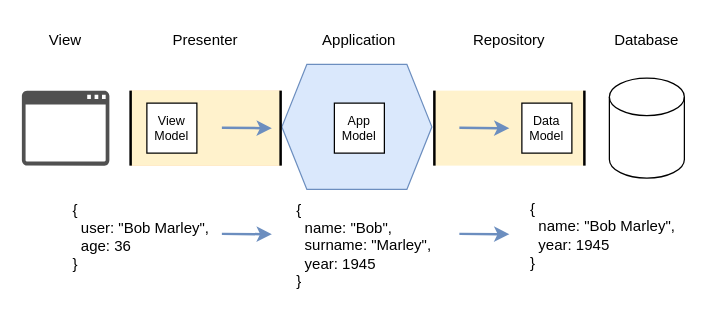
Before: page "Transformer" (13 of 13) of diagrams/1.drawio in alicemunsal/dohex, a draw.io diagram. Source tidied: cells renumbered, new cells numbered last; positions are measured from the earlier drawing's top-left corner, leaving out a move shared by most shapes. Both pictures are drawn from the tidied source at 125%, with x=0, y=0 at pixel (21, 21).
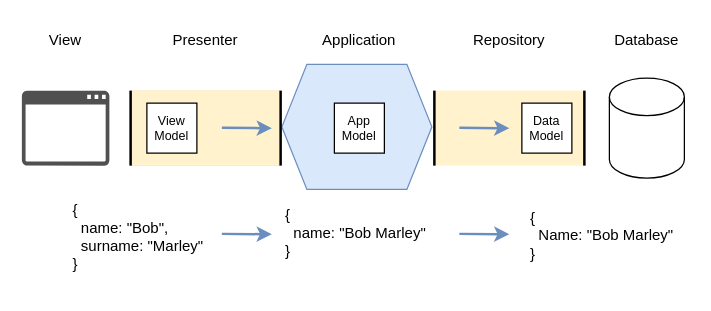
Above is the later version.

Diff of the diagram source:
```diff
@@
-    <mxCell id="18" value="{&lt;br&gt;&amp;nbsp; user: &quot;Bob Marley&quot;,&lt;br&gt;&amp;nbsp; age: 36&lt;br&gt;}" style="text;html=1;strokeColor=none;fillColor=none;align=left;verticalAlign=middle;whiteSpace=wrap;rounded=0;labelBorderColor=none;fontSize=12;fontColor=default;" parent="1" vertex="1">
+    <mxCell id="18" value="{&lt;br&gt;&amp;nbsp; name: &quot;Bob&quot;,&lt;br&gt;&amp;nbsp; surname: &quot;Marley&quot;&lt;br&gt;}" style="text;html=1;strokeColor=none;fillColor=none;align=left;verticalAlign=middle;whiteSpace=wrap;rounded=0;labelBorderColor=none;fontSize=12;fontColor=default;" parent="1" vertex="1">
       <mxGeometry x="39" y="137" width="114" height="70" as="geometry" />
     </mxCell>
-    <mxCell id="19" value="{&lt;br&gt;&amp;nbsp; name: &quot;Bob&quot;,&lt;br&gt;&amp;nbsp; surname: &quot;Marley&quot;,&lt;br&gt;&amp;nbsp; year: 1945&lt;br&gt;}" style="text;html=1;strokeColor=none;fillColor=none;align=left;verticalAlign=middle;whiteSpace=wrap;rounded=0;labelBorderColor=none;fontSize=12;fontColor=default;" parent="1" vertex="1">
-      <mxGeometry x="218" y="144" width="110" height="70" as="geometry" />
+    <mxCell id="19" value="{&lt;br&gt;&amp;nbsp; name: &quot;Bob Marley&quot;&lt;br&gt;}" style="text;html=1;strokeColor=none;fillColor=none;align=left;verticalAlign=middle;whiteSpace=wrap;rounded=0;labelBorderColor=none;fontSize=12;fontColor=default;" parent="1" vertex="1">
+      <mxGeometry x="209" y="134" width="122" height="70" as="geometry" />
     </mxCell>
@@
-    <mxCell id="22" value="{&lt;br&gt;&amp;nbsp; name: &quot;Bob Marley&quot;,&lt;br&gt;&amp;nbsp; year: 1945&lt;br&gt;}" style="text;html=1;strokeColor=none;fillColor=none;align=left;verticalAlign=middle;whiteSpace=wrap;rounded=0;labelBorderColor=none;fontSize=12;fontColor=default;" parent="1" vertex="1">
+    <mxCell id="22" value="{&lt;br&gt;&amp;nbsp; Name: &quot;Bob Marley&quot;&lt;br&gt;}" style="text;html=1;strokeColor=none;fillColor=none;align=left;verticalAlign=middle;whiteSpace=wrap;rounded=0;labelBorderColor=none;fontSize=12;fontColor=default;" parent="1" vertex="1">
       <mxGeometry x="405" y="136" width="130" height="70" as="geometry" />
     </mxCell>
```
